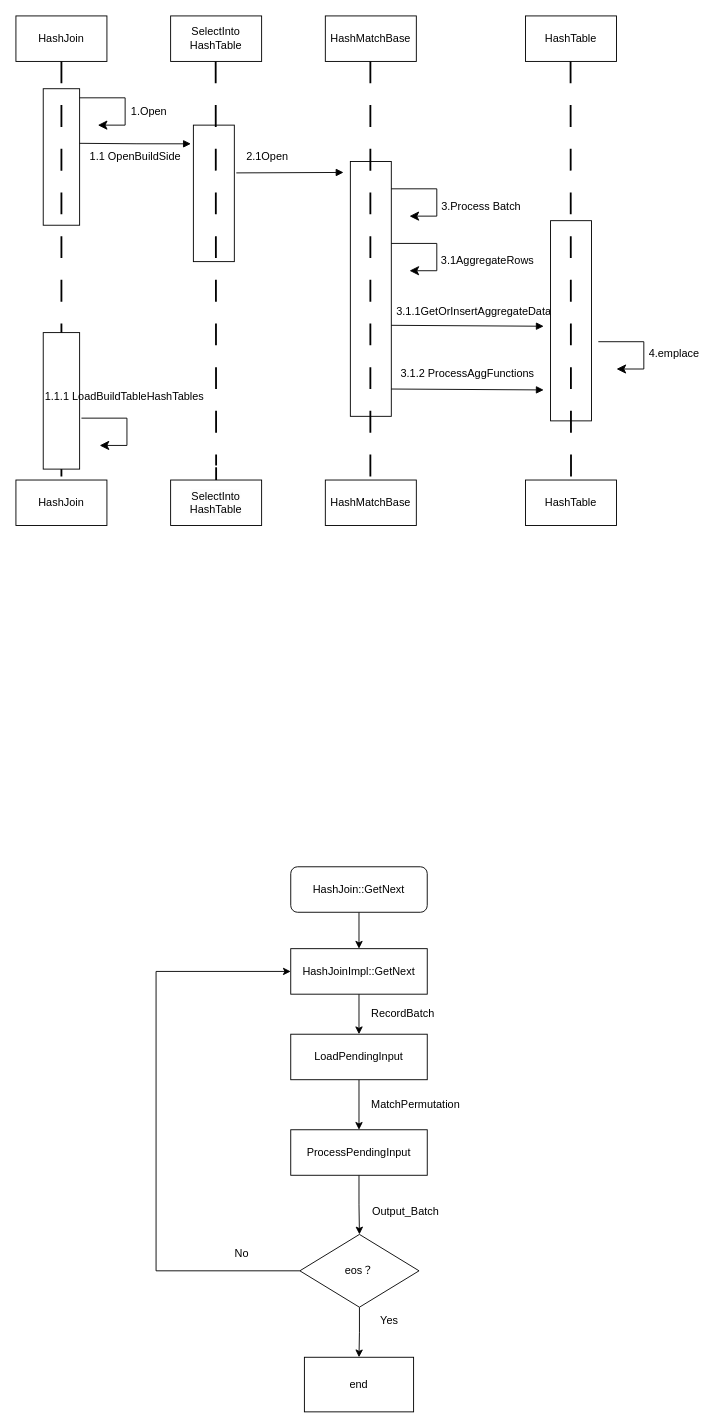
KaiSongXie/drawio keeps this draw.io diagram as pic/未命名绘图.drawio. Above is the earlier version. Source tidied: cells renumbered, new cells numbered last; positions are measured from the earlier drawing's top-left corner, leaving out a move shared by most shapes. Both pictures are drawn from the tidied source at 91%, with x=0, y=0 at pixel (15, 15).
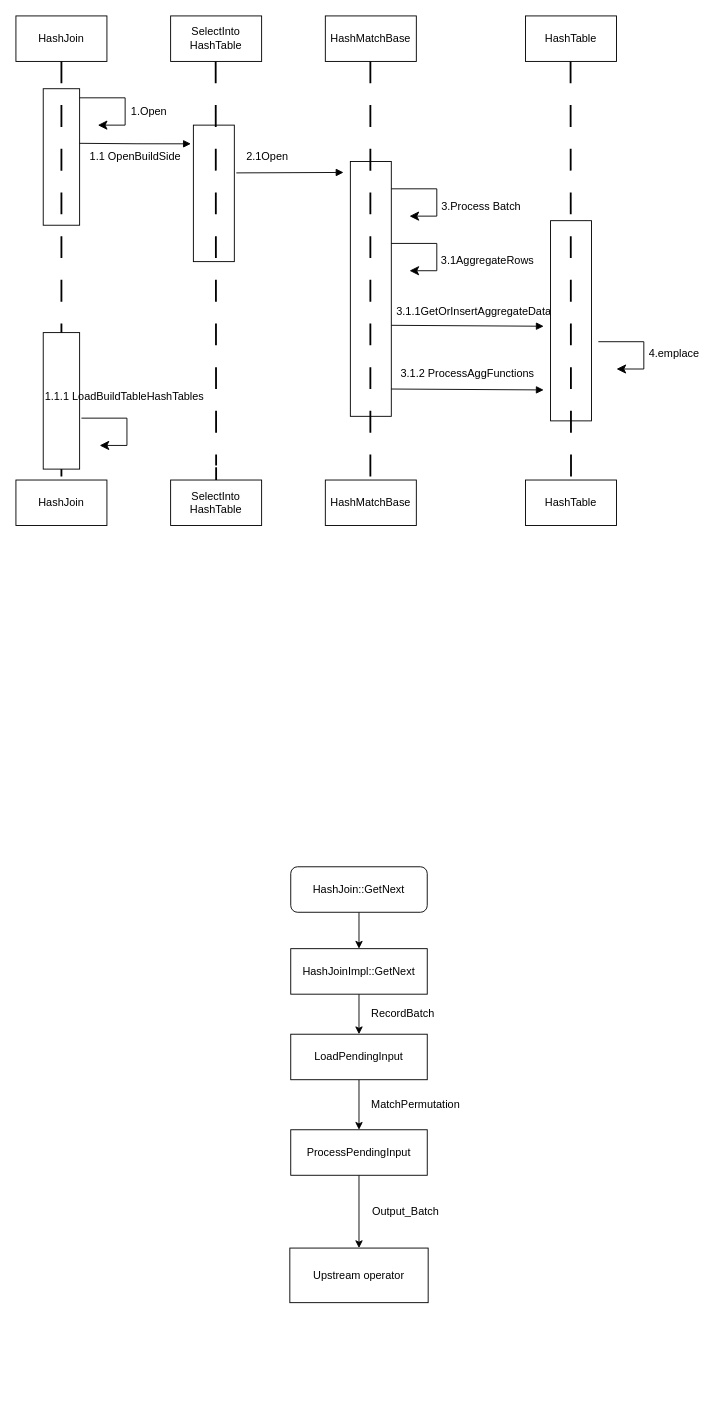
Above is the later version.

Commit message:
更新未命名绘图.drawio

The change refers to these unchanged cells:
```xml
<mxCell id="38" value="HashJoinImpl::GetNext" style="rounded=0;whiteSpace=wrap;html=1;" parent="1" vertex="1">
  <mxGeometry x="302" y="1025" width="150" height="50" as="geometry" />
</mxCell>
<mxCell id="46" value="ProcessPendingInput" style="rounded=0;whiteSpace=wrap;html=1;" parent="1" vertex="1">
  <mxGeometry x="302" y="1224" width="150" height="50" as="geometry" />
</mxCell>
```

Change to the diagram source:
```diff
@@
-    <mxCell id="45" style="edgeStyle=orthogonalEdgeStyle;rounded=0;jettySize=auto;html=1;" parent="1" edge="1" source="46" target="51">
+    <mxCell id="45" style="edgeStyle=orthogonalEdgeStyle;rounded=0;jettySize=auto;html=1;entryX=0.5;entryY=0;entryDx=0;entryDy=0;" parent="1" edge="1" source="46" target="52">
       <mxGeometry relative="1" as="geometry" />
     </mxCell>
@@
-    <mxCell id="49" style="edgeStyle=orthogonalEdgeStyle;rounded=0;jettySize=auto;html=1;" parent="1" edge="1" source="51" target="52">
-      <mxGeometry relative="1" as="geometry" />
-    </mxCell>
-    <mxCell id="50" style="edgeStyle=orthogonalEdgeStyle;rounded=0;jettySize=auto;html=1;exitX=0;exitY=0.5;exitDx=0;exitDy=0;entryX=0;entryY=0.5;entryDx=0;entryDy=0;" parent="1" edge="1" source="51" target="38">
-      <mxGeometry relative="1" as="geometry">
-        <Array as="points">
-          <mxPoint x="154" y="1379" />
-          <mxPoint x="154" y="1050" />
-        </Array>
-      </mxGeometry>
-    </mxCell>
-    <mxCell id="51" value="eos？" style="rhombus;whiteSpace=wrap;html=1;rounded=0;" parent="1" vertex="1">
-      <mxGeometry x="312" y="1339" width="131" height="80" as="geometry" />
-    </mxCell>
-    <mxCell id="52" value="end" style="rounded=0;whiteSpace=wrap;html=1;" parent="1" vertex="1">
-      <mxGeometry x="317" y="1474" width="120" height="60" as="geometry" />
+    <mxCell id="52" value="Upstream operator" style="rounded=0;whiteSpace=wrap;html=1;" parent="1" vertex="1">
+      <mxGeometry x="301" y="1354" width="152" height="60" as="geometry" />
     </mxCell>
-    <mxCell id="53" value="No" style="text;html=1;align=center;verticalAlign=middle;strokeColor=none;fillColor=none;" parent="1" vertex="1">
-      <mxGeometry x="231" y="1347" width="33" height="26" as="geometry" />
-    </mxCell>
-    <mxCell id="54" value="Yes" style="text;html=1;align=center;verticalAlign=middle;strokeColor=none;fillColor=none;" parent="1" vertex="1">
-      <mxGeometry x="391" y="1421" width="38" height="26" as="geometry" />
-    </mxCell>
```
